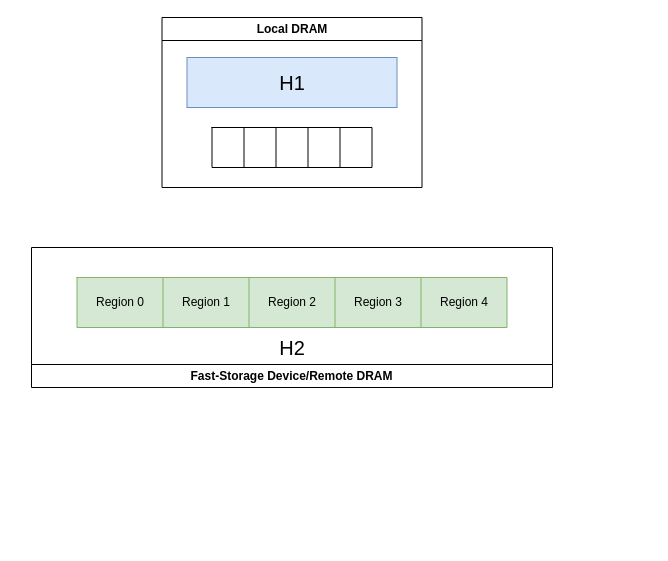
Earlier version of the draw.io diagram design_overall.drawio (KonstDelis/hotOS-25-design). Source tidied: cells renumbered, new cells numbered last; positions are measured from the earlier drawing's top-left corner, leaving out a move shared by most shapes. Both pictures are drawn from the tidied source at 100%, with x=0, y=0 at pixel (31, 17).
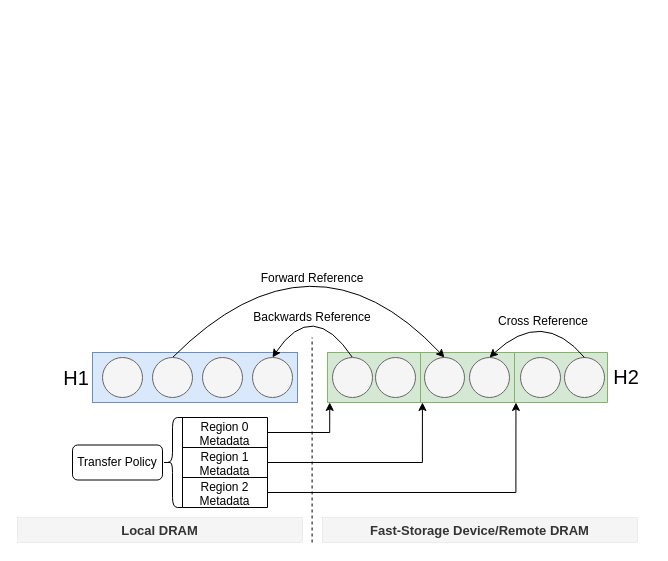
After the change.

What changed in the source:
```diff
@@
-    <mxCell id="2" value="Fast-Storage Device/Remote DRAM" style="swimlane;whiteSpace=wrap;html=1;direction=west;" parent="1" vertex="1">
-      <mxGeometry y="230" width="521" height="140" as="geometry" />
-    </mxCell>
-    <mxCell id="3" style="shape=table;startSize=0;childLayout=tableLayout;fillColor=#d5e8d4;strokeColor=#82b366;" parent="2" vertex="1">
-      <mxGeometry x="45.5" y="30" width="430" height="50" as="geometry" />
+    <mxCell id="3" style="shape=table;startSize=0;childLayout=tableLayout;fillColor=#d5e8d4;strokeColor=#82b366;" parent="1" vertex="1">
+      <mxGeometry x="296" y="335" width="280" height="50" as="geometry" />
     </mxCell>
     <mxCell id="4" style="shape=tableRow;horizontal=0;startSize=0;swimlaneHead=0;swimlaneBody=0;strokeColor=inherit;top=0;left=0;bottom=0;right=0;fillColor=none;points=[[0,0.5],[1,0.5]];portConstraint=eastwest;" parent="3" vertex="1">
-      <mxGeometry width="430" height="50" as="geometry" />
+      <mxGeometry width="280" height="50" as="geometry" />
     </mxCell>
-    <mxCell id="5" value="Region 0" style="shape=partialRectangle;html=1;whiteSpace=wrap;strokeColor=inherit;overflow=hidden;fillColor=none;top=0;left=0;bottom=0;right=0;" parent="4" vertex="1">
-      <mxGeometry width="86" height="50" as="geometry" />
+    <mxCell id="5" style="shape=partialRectangle;html=1;whiteSpace=wrap;strokeColor=inherit;overflow=hidden;fillColor=none;top=0;left=0;bottom=0;right=0;" parent="4" vertex="1">
+      <mxGeometry width="93" height="50" as="geometry" />
     </mxCell>
-    <mxCell id="6" value="Region 1" style="shape=partialRectangle;html=1;whiteSpace=wrap;strokeColor=inherit;overflow=hidden;fillColor=none;top=0;left=0;bottom=0;right=0;" parent="4" vertex="1">
-      <mxGeometry x="86" width="86" height="50" as="geometry" />
+    <mxCell id="6" style="shape=partialRectangle;html=1;whiteSpace=wrap;strokeColor=inherit;overflow=hidden;fillColor=none;top=0;left=0;bottom=0;right=0;" parent="4" vertex="1">
+      <mxGeometry x="93" width="94" height="50" as="geometry" />
     </mxCell>
-    <mxCell id="7" value="Region 2" style="shape=partialRectangle;html=1;whiteSpace=wrap;strokeColor=inherit;overflow=hidden;fillColor=none;top=0;left=0;bottom=0;right=0;" parent="4" vertex="1">
-      <mxGeometry x="172" width="86" height="50" as="geometry" />
+    <mxCell id="7" style="shape=partialRectangle;html=1;whiteSpace=wrap;strokeColor=inherit;overflow=hidden;fillColor=none;top=0;left=0;bottom=0;right=0;" parent="4" vertex="1">
+      <mxGeometry x="187" width="93" height="50" as="geometry" />
     </mxCell>
-    <mxCell id="8" value="Region 3" style="shape=partialRectangle;html=1;whiteSpace=wrap;strokeColor=inherit;overflow=hidden;fillColor=none;top=0;left=0;bottom=0;right=0;" parent="4" vertex="1">
-      <mxGeometry x="258" width="86" height="50" as="geometry" />
-    </mxCell>
-    <mxCell id="9" value="Region 4" style="shape=partialRectangle;html=1;whiteSpace=wrap;strokeColor=inherit;overflow=hidden;fillColor=none;top=0;left=0;bottom=0;right=0;" parent="4" vertex="1">
-      <mxGeometry x="344" width="86" height="50" as="geometry" />
-    </mxCell>
+    <mxCell id="12" style="rounded=0;whiteSpace=wrap;html=1;fillColor=#dae8fc;strokeColor=#6c8ebf;" parent="1" vertex="1">
+      <mxGeometry x="61" y="335" width="205" height="50" as="geometry" />
+    </mxCell>
+    <mxCell id="20" style="edgeStyle=orthogonalEdgeStyle;rounded=0;jettySize=auto;html=1;exitX=1;exitY=0.5;exitDx=0;exitDy=0;entryX=0.008;entryY=0.999;entryDx=0;entryDy=0;entryPerimeter=0;" parent="1" edge="1" source="29" target="4">
+      <mxGeometry relative="1" as="geometry" />
+    </mxCell>
+    <mxCell id="21" style="edgeStyle=orthogonalEdgeStyle;rounded=0;jettySize=auto;html=1;exitX=1;exitY=0.5;exitDx=0;exitDy=0;entryX=0.339;entryY=0.999;entryDx=0;entryDy=0;entryPerimeter=0;" parent="1" edge="1" source="31" target="4">
+      <mxGeometry relative="1" as="geometry" />
+    </mxCell>
+    <mxCell id="22" style="edgeStyle=orthogonalEdgeStyle;rounded=0;jettySize=auto;html=1;exitX=1;exitY=0.5;exitDx=0;exitDy=0;entryX=0.673;entryY=0.999;entryDx=0;entryDy=0;entryPerimeter=0;" parent="1" edge="1" source="33" target="4">
+      <mxGeometry relative="1" as="geometry" />
+    </mxCell>
+    <mxCell id="23" style="curved=1;endArrow=classic;html=1;rounded=0;exitX=0.5;exitY=0;exitDx=0;exitDy=0;entryX=0.5;entryY=0;entryDx=0;entryDy=0;" parent="1" edge="1" source="39" target="44">
+      <mxGeometry relative="1" as="geometry">
+        <Array as="points">
+          <mxPoint x="281" y="200" />
+        </Array>
+      </mxGeometry>
+    </mxCell>
+    <mxCell id="24" style="curved=1;endArrow=none;html=1;rounded=0;startArrow=classic;startFill=1;endFill=0;exitX=0.5;exitY=0;exitDx=0;exitDy=0;entryX=0.5;entryY=0;entryDx=0;entryDy=0;" parent="1" edge="1" source="41" target="42">
+      <mxGeometry relative="1" as="geometry">
+        <Array as="points">
+          <mxPoint x="281" y="280" />
+        </Array>
+      </mxGeometry>
+    </mxCell>
+    <mxCell id="25" value="Forward Reference" style="text;html=1;align=center;verticalAlign=middle;whiteSpace=wrap;rounded=0;rotation=0;" parent="1" vertex="1">
+      <mxGeometry x="221" y="246" width="120" height="30" as="geometry" />
+    </mxCell>
+    <mxCell id="26" style="endArrow=none;dashed=1;html=1;rounded=0;" parent="1" edge="1">
+      <mxGeometry relative="1" as="geometry">
+        <mxPoint x="280.6" y="525" as="sourcePoint" />
+        <mxPoint x="280.6" y="320" as="targetPoint" />
+      </mxGeometry>
+    </mxCell>
+    <mxCell id="27" value="Backwards Reference" style="text;html=1;align=center;verticalAlign=middle;whiteSpace=wrap;rounded=0;rotation=0;" parent="1" vertex="1">
+      <mxGeometry x="221" y="285" width="120" height="30" as="geometry" />
+    </mxCell>
+    <mxCell id="28" style="shape=table;startSize=0;childLayout=tableLayout;" parent="1" vertex="1">
+      <mxGeometry x="151" y="400" width="85" height="90" as="geometry" />
+    </mxCell>
+    <mxCell id="29" style="shape=tableRow;horizontal=0;startSize=0;swimlaneHead=0;swimlaneBody=0;strokeColor=inherit;top=0;left=0;bottom=0;right=0;fillColor=none;points=[[0,0.5],[1,0.5]];portConstraint=eastwest;" parent="28" vertex="1">
+      <mxGeometry width="85" height="30" as="geometry" />
+    </mxCell>
+    <mxCell id="30" value="Region 0 Metadata" style="shape=partialRectangle;html=1;whiteSpace=wrap;strokeColor=inherit;overflow=hidden;fillColor=none;top=0;left=0;bottom=0;right=0;" parent="29" vertex="1">
+      <mxGeometry width="85" height="30" as="geometry" />
+    </mxCell>
+    <mxCell id="31" style="shape=tableRow;horizontal=0;startSize=0;swimlaneHead=0;swimlaneBody=0;strokeColor=inherit;top=0;left=0;bottom=0;right=0;fillColor=none;points=[[0,0.5],[1,0.5]];portConstraint=eastwest;" parent="28" vertex="1">
+      <mxGeometry y="30" width="85" height="30" as="geometry" />
+    </mxCell>
+    <mxCell id="32" value="Region 1 Metadata" style="shape=partialRectangle;html=1;whiteSpace=wrap;strokeColor=inherit;overflow=hidden;fillColor=none;top=0;left=0;bottom=0;right=0;" parent="31" vertex="1">
+      <mxGeometry width="85" height="30" as="geometry" />
+    </mxCell>
+    <mxCell id="33" style="shape=tableRow;horizontal=0;startSize=0;swimlaneHead=0;swimlaneBody=0;strokeColor=inherit;top=0;left=0;bottom=0;right=0;fillColor=none;points=[[0,0.5],[1,0.5]];portConstraint=eastwest;" parent="28" vertex="1">
+      <mxGeometry y="60" width="85" height="30" as="geometry" />
+    </mxCell>
+    <mxCell id="34" value="Region 2 Metadata" style="shape=partialRectangle;html=1;whiteSpace=wrap;strokeColor=inherit;overflow=hidden;fillColor=none;top=0;left=0;bottom=0;right=0;" parent="33" vertex="1">
+      <mxGeometry width="85" height="30" as="geometry" />
+    </mxCell>
+    <mxCell id="35" style="shape=curlyBracket;whiteSpace=wrap;html=1;rounded=1;labelPosition=left;verticalLabelPosition=middle;align=right;verticalAlign=middle;" parent="1" vertex="1">
+      <mxGeometry x="131" y="400" width="20" height="90" as="geometry" />
+    </mxCell>
+    <mxCell id="36" value="Transfer Policy" style="rounded=1;whiteSpace=wrap;html=1;" parent="1" vertex="1">
+      <mxGeometry x="41" y="427.5" width="90" height="35" as="geometry" />
+    </mxCell>
-    <mxCell id="10" value="&lt;font style=&quot;font-size: 20px;&quot;&gt;H2&lt;/font&gt;" style="text;html=1;align=center;verticalAlign=middle;whiteSpace=wrap;rounded=0;" parent="2" vertex="1">
-      <mxGeometry x="230.5" y="85" width="60" height="30" as="geometry" />
+    <mxCell id="10" value="&lt;font style=&quot;font-size: 20px;&quot;&gt;H2&lt;/font&gt;" style="text;html=1;align=center;verticalAlign=middle;whiteSpace=wrap;rounded=0;" parent="1" vertex="1">
+      <mxGeometry x="570" y="344" width="50" height="30" as="geometry" />
     </mxCell>
+    <mxCell id="37" value="&lt;font style=&quot;font-size: 20px;&quot;&gt;H1&lt;/font&gt;" style="text;html=1;align=center;verticalAlign=middle;whiteSpace=wrap;rounded=0;" parent="1" vertex="1">
+      <mxGeometry x="20" y="345" width="50" height="30" as="geometry" />
+    </mxCell>
+    <mxCell id="2" value="&lt;b&gt;&lt;font style=&quot;font-size: 13px;&quot;&gt;Fast-Storage Device/Remote DRAM&lt;/font&gt;&lt;/b&gt;" style="rounded=0;whiteSpace=wrap;html=1;fillColor=#f5f5f5;fontColor=#333333;strokeColor=#666666;strokeWidth=0;" parent="1" vertex="1">
+      <mxGeometry x="291" y="500" width="315" height="25" as="geometry" />
+    </mxCell>
-    <mxCell id="11" value="Local DRAM" style="swimlane;whiteSpace=wrap;html=1;" parent="1" vertex="1">
-      <mxGeometry x="130.5" width="260" height="170" as="geometry" />
+    <mxCell id="11" value="&lt;b style=&quot;border-color: var(--border-color);&quot;&gt;&lt;font style=&quot;border-color: var(--border-color); font-size: 13px;&quot;&gt;Local DRAM&lt;/font&gt;&lt;/b&gt;" style="rounded=0;whiteSpace=wrap;html=1;fillColor=#f5f5f5;fontColor=#333333;strokeColor=#666666;strokeWidth=0;" parent="1" vertex="1">
+      <mxGeometry x="-14" y="500" width="285" height="25" as="geometry" />
     </mxCell>
-    <mxCell id="12" value="&lt;font style=&quot;font-size: 20px;&quot;&gt;H1&lt;/font&gt;" style="rounded=0;whiteSpace=wrap;html=1;fillColor=#dae8fc;strokeColor=#6c8ebf;" parent="11" vertex="1">
-      <mxGeometry x="25" y="40" width="210" height="50" as="geometry" />
-    </mxCell>
-    <mxCell id="13" style="shape=table;startSize=0;childLayout=tableLayout;" parent="11" vertex="1">
-      <mxGeometry x="50" y="110" width="160" height="40" as="geometry" />
-    </mxCell>
-    <mxCell id="14" style="shape=tableRow;horizontal=0;startSize=0;swimlaneHead=0;swimlaneBody=0;strokeColor=inherit;top=0;left=0;bottom=0;right=0;fillColor=none;" parent="13" vertex="1">
-      <mxGeometry width="160" height="40" as="geometry" />
-    </mxCell>
-    <mxCell id="15" style="shape=partialRectangle;html=1;whiteSpace=wrap;strokeColor=inherit;overflow=hidden;fillColor=none;top=0;left=0;bottom=0;right=0;" parent="14" vertex="1">
-      <mxGeometry width="32" height="40" as="geometry" />
-    </mxCell>
-    <mxCell id="16" style="shape=partialRectangle;html=1;whiteSpace=wrap;strokeColor=inherit;overflow=hidden;fillColor=none;top=0;left=0;bottom=0;right=0;" parent="14" vertex="1">
-      <mxGeometry x="32" width="32" height="40" as="geometry" />
-    </mxCell>
-    <mxCell id="17" style="shape=partialRectangle;html=1;whiteSpace=wrap;strokeColor=inherit;overflow=hidden;fillColor=none;top=0;left=0;bottom=0;right=0;" parent="14" vertex="1">
-      <mxGeometry x="64" width="32" height="40" as="geometry" />
-    </mxCell>
-    <mxCell id="18" style="shape=partialRectangle;html=1;whiteSpace=wrap;strokeColor=inherit;overflow=hidden;fillColor=none;top=0;left=0;bottom=0;right=0;" parent="14" vertex="1">
-      <mxGeometry x="96" width="32" height="40" as="geometry" />
-    </mxCell>
-    <mxCell id="19" style="shape=partialRectangle;html=1;whiteSpace=wrap;strokeColor=inherit;overflow=hidden;fillColor=none;top=0;left=0;bottom=0;right=0;" parent="14" vertex="1">
-      <mxGeometry x="128" width="32" height="40" as="geometry" />
-    </mxCell>
+    <mxCell id="38" style="ellipse;whiteSpace=wrap;html=1;fillColor=#f5f5f5;fontColor=#333333;strokeColor=#666666;" parent="1" vertex="1">
+      <mxGeometry x="71" y="340" width="40" height="40" as="geometry" />
+    </mxCell>
+    <mxCell id="39" style="ellipse;whiteSpace=wrap;html=1;fillColor=#f5f5f5;fontColor=#333333;strokeColor=#666666;" parent="1" vertex="1">
+      <mxGeometry x="121" y="340" width="40" height="40" as="geometry" />
+    </mxCell>
+    <mxCell id="40" style="ellipse;whiteSpace=wrap;html=1;fillColor=#f5f5f5;fontColor=#333333;strokeColor=#666666;" parent="1" vertex="1">
+      <mxGeometry x="171" y="340" width="40" height="40" as="geometry" />
+    </mxCell>
+    <mxCell id="41" style="ellipse;whiteSpace=wrap;html=1;fillColor=#f5f5f5;fontColor=#333333;strokeColor=#666666;" parent="1" vertex="1">
+      <mxGeometry x="221" y="340" width="40" height="40" as="geometry" />
+    </mxCell>
+    <mxCell id="42" style="ellipse;whiteSpace=wrap;html=1;fillColor=#f5f5f5;fontColor=#333333;strokeColor=#666666;" parent="1" vertex="1">
+      <mxGeometry x="301" y="340" width="40" height="40" as="geometry" />
+    </mxCell>
+    <mxCell id="43" style="ellipse;whiteSpace=wrap;html=1;fillColor=#f5f5f5;fontColor=#333333;strokeColor=#666666;" parent="1" vertex="1">
+      <mxGeometry x="344" y="340" width="40" height="40" as="geometry" />
+    </mxCell>
+    <mxCell id="44" style="ellipse;whiteSpace=wrap;html=1;fillColor=#f5f5f5;fontColor=#333333;strokeColor=#666666;" parent="1" vertex="1">
+      <mxGeometry x="393" y="340" width="40" height="40" as="geometry" />
+    </mxCell>
+    <mxCell id="45" style="ellipse;whiteSpace=wrap;html=1;fillColor=#f5f5f5;fontColor=#333333;strokeColor=#666666;" parent="1" vertex="1">
+      <mxGeometry x="438" y="340" width="40" height="40" as="geometry" />
+    </mxCell>
+    <mxCell id="46" style="ellipse;whiteSpace=wrap;html=1;fillColor=#f5f5f5;fontColor=#333333;strokeColor=#666666;" parent="1" vertex="1">
+      <mxGeometry x="533" y="340" width="40" height="40" as="geometry" />
+    </mxCell>
+    <mxCell id="47" style="curved=1;endArrow=none;html=1;rounded=0;entryX=0.5;entryY=0;entryDx=0;entryDy=0;startArrow=classic;startFill=1;endFill=0;exitX=0.5;exitY=0;exitDx=0;exitDy=0;" parent="1" edge="1" source="45" target="46">
+      <mxGeometry relative="1" as="geometry">
+        <Array as="points">
+          <mxPoint x="511" y="290" />
+        </Array>
+      </mxGeometry>
+    </mxCell>
+    <mxCell id="48" style="ellipse;whiteSpace=wrap;html=1;fillColor=#f5f5f5;fontColor=#333333;strokeColor=#666666;" parent="1" vertex="1">
+      <mxGeometry x="489" y="340" width="40" height="40" as="geometry" />
+    </mxCell>
+    <mxCell id="49" value="Cross Reference" style="text;html=1;align=center;verticalAlign=middle;whiteSpace=wrap;rounded=0;rotation=0;" parent="1" vertex="1">
+      <mxGeometry x="452" y="289" width="120" height="30" as="geometry" />
+    </mxCell>
```
